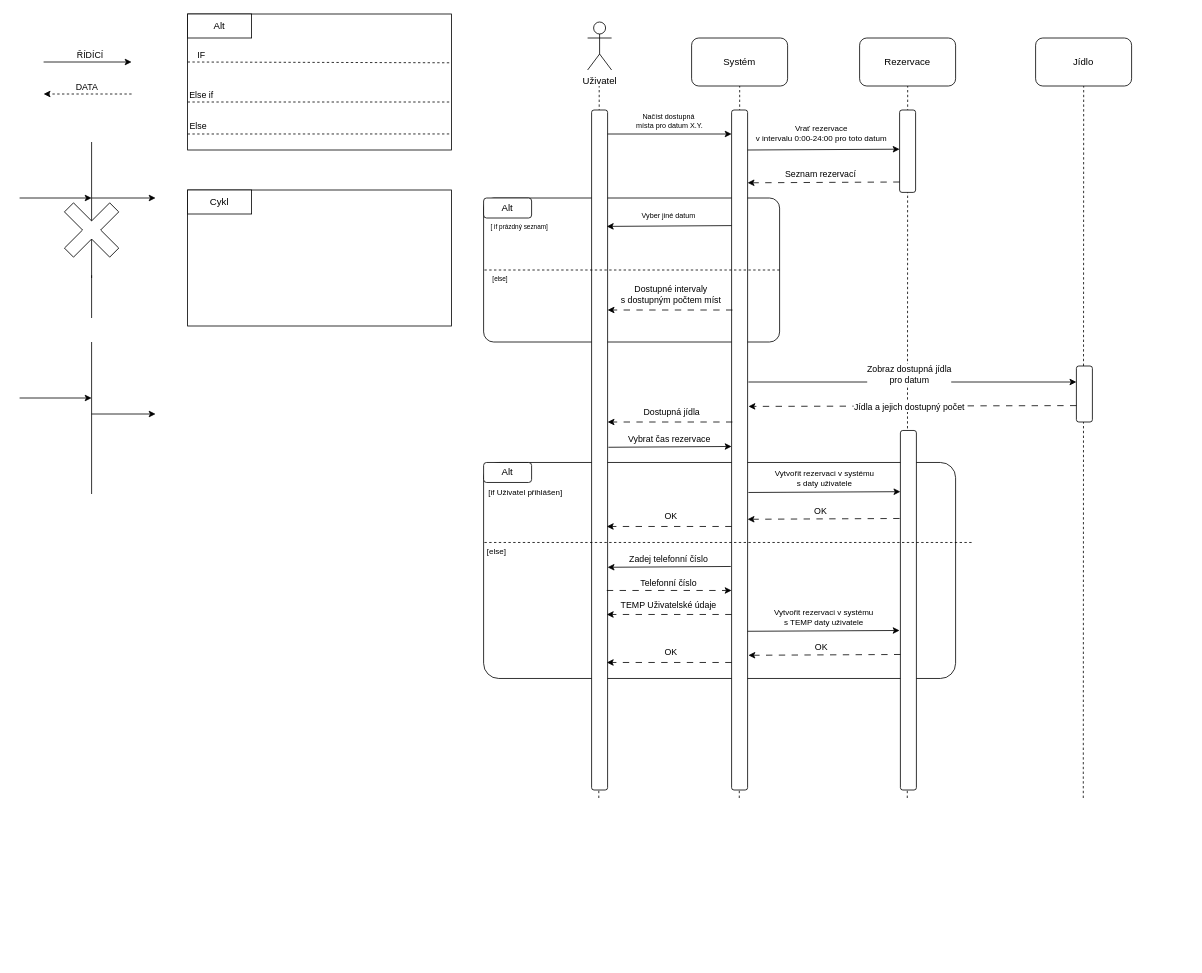
Above: page "Sekvenční" (3 of 3) of Diagram.drawio in LPbigFish/SWI-Projekt (draw.io), before the change. Source tidied: cells renumbered, new cells numbered last; positions are measured from the earlier drawing's top-left corner, leaving out a move shared by most shapes. Both pictures are drawn from the tidied source at 80%, with x=0, y=0 at pixel (19, 14).
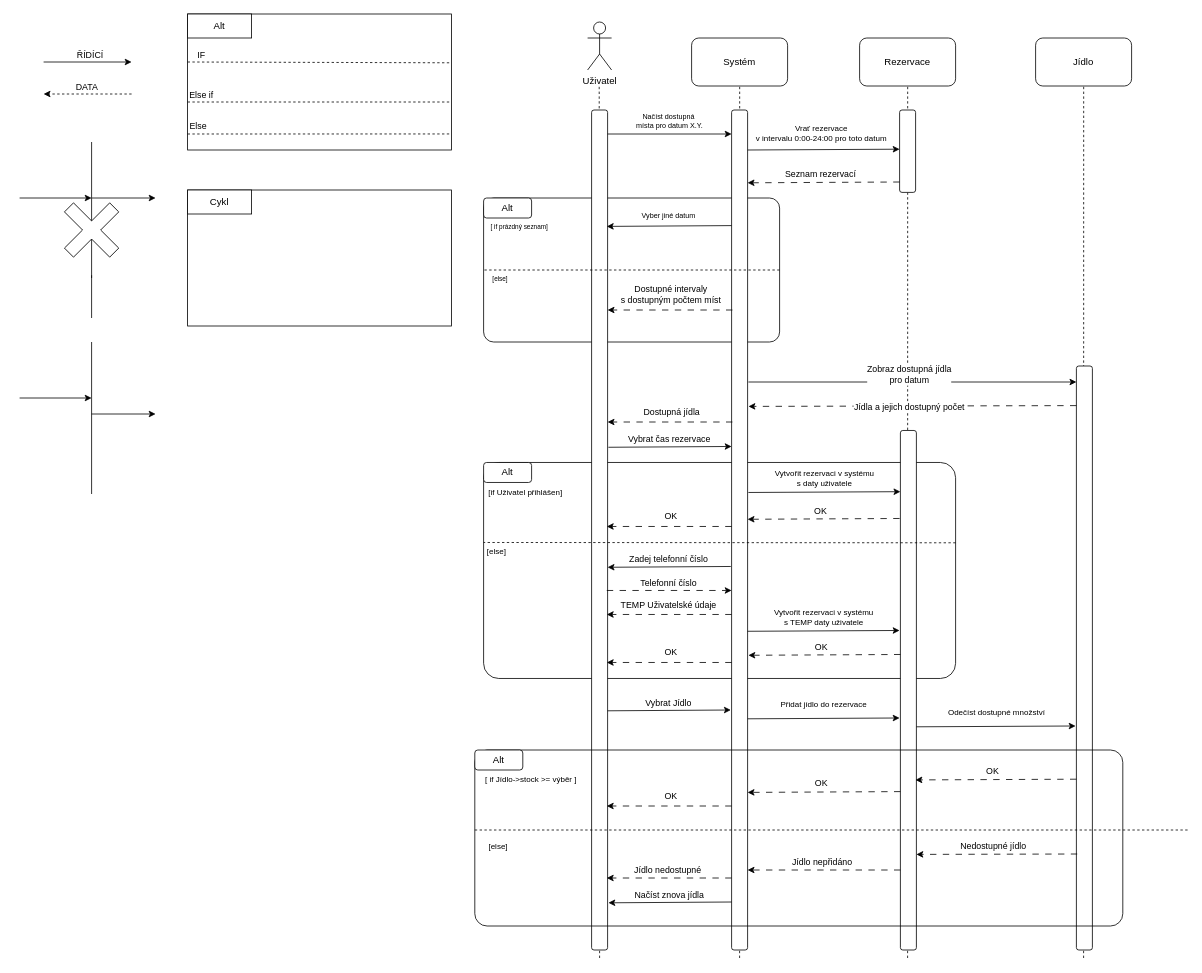
The same page after the edit.

What changed in the source:
```diff
@@
     <mxCell id="2" style="endArrow=none;dashed=1;html=1;rounded=0;entryX=0.5;entryY=1;entryDx=0;entryDy=0;" parent="1" edge="1">
       <mxGeometry relative="1" as="geometry">
-        <mxPoint x="899.6" y="980" as="sourcePoint" />
+        <mxPoint x="900" y="1180" as="sourcePoint" />
         <mxPoint x="900.1" y="90" as="targetPoint" />
       </mxGeometry>
     </mxCell>
     <mxCell id="3" style="endArrow=none;dashed=1;html=1;rounded=0;entryX=0.5;entryY=1;entryDx=0;entryDy=0;" parent="1" edge="1">
       <mxGeometry relative="1" as="geometry">
-        <mxPoint x="1109.6" y="980" as="sourcePoint" />
+        <mxPoint x="1110" y="1180" as="sourcePoint" />
         <mxPoint x="1110.1" y="90" as="targetPoint" />
       </mxGeometry>
     </mxCell>
     <mxCell id="4" style="endArrow=none;dashed=1;html=1;rounded=0;entryX=0.5;entryY=1;entryDx=0;entryDy=0;" parent="1" edge="1">
       <mxGeometry relative="1" as="geometry">
-        <mxPoint x="1329.6" y="980" as="sourcePoint" />
+        <mxPoint x="1330" y="1180" as="sourcePoint" />
         <mxPoint x="1330.1" y="90" as="targetPoint" />
       </mxGeometry>
     </mxCell>
@@
     <mxCell id="34" style="endArrow=none;dashed=1;html=1;rounded=0;entryX=0.5;entryY=1;entryDx=0;entryDy=0;" parent="1" edge="1">
       <mxGeometry relative="1" as="geometry">
-        <mxPoint x="724" y="980" as="sourcePoint" />
+        <mxPoint x="725" y="1180" as="sourcePoint" />
         <mxPoint x="724.5" y="90" as="targetPoint" />
       </mxGeometry>
     </mxCell>
     <mxCell id="35" style="rounded=1;whiteSpace=wrap;html=1;" parent="1" vertex="1">
-      <mxGeometry x="890" y="120" width="20" height="850" as="geometry" />
+      <mxGeometry x="890" y="120" width="20" height="1050" as="geometry" />
     </mxCell>
@@
     <mxCell id="37" style="rounded=1;whiteSpace=wrap;html=1;" parent="1" vertex="1">
-      <mxGeometry x="715" y="120" width="20" height="850" as="geometry" />
+      <mxGeometry x="715" y="120" width="20" height="1050" as="geometry" />
     </mxCell>
     <mxCell id="38" style="rounded=1;whiteSpace=wrap;html=1;" parent="1" vertex="1">
-      <mxGeometry x="1321" y="440" width="20" height="70" as="geometry" />
+      <mxGeometry x="1321" y="440" width="20" height="730" as="geometry" />
     </mxCell>
@@
     <mxCell id="53" style="rounded=1;whiteSpace=wrap;html=1;" parent="1" vertex="1">
-      <mxGeometry x="1101" y="520.6" width="20" height="449.4" as="geometry" />
+      <mxGeometry x="1101" y="520.6" width="20" height="649.4" as="geometry" />
     </mxCell>
@@
     <mxCell id="65" style="endArrow=none;dashed=1;html=1;rounded=0;entryX=0;entryY=0.5;entryDx=0;entryDy=0;" parent="1" edge="1">
       <mxGeometry relative="1" as="geometry">
-        <mxPoint x="1190" y="660.6" as="sourcePoint" />
+        <mxPoint x="1170" y="661" as="sourcePoint" />
         <mxPoint x="580" y="660.6" as="targetPoint" />
       </mxGeometry>
     </mxCell>
@@
+    <mxCell id="83" style="endArrow=classic;html=1;rounded=0;" parent="1" edge="1">
+      <mxGeometry relative="1" as="geometry">
+        <mxPoint x="735" y="871" as="sourcePoint" />
+        <mxPoint x="889" y="870" as="targetPoint" />
+      </mxGeometry>
+    </mxCell>
+    <mxCell id="84" value="Vybrat Jídlo" style="edgeLabel;html=1;align=center;verticalAlign=middle;" parent="83" vertex="1">
+      <mxGeometry x="-0.25" relative="1" as="geometry">
+        <mxPoint x="18" y="-10" as="offset" />
+      </mxGeometry>
+    </mxCell>
+    <mxCell id="85" style="endArrow=classic;html=1;rounded=0;" parent="1" edge="1">
+      <mxGeometry relative="1" as="geometry">
+        <mxPoint x="910" y="881" as="sourcePoint" />
+        <mxPoint x="1100" y="880" as="targetPoint" />
+      </mxGeometry>
+    </mxCell>
+    <mxCell id="86" value="Přidat jídlo do rezervace" style="edgeLabel;html=1;align=center;verticalAlign=middle;fontSize=10;" parent="85" vertex="1">
+      <mxGeometry x="-0.07" y="-1" relative="1" as="geometry">
+        <mxPoint x="6" y="-19" as="offset" />
+      </mxGeometry>
+    </mxCell>
+    <mxCell id="87" style="endArrow=classic;html=1;rounded=0;" parent="1" edge="1">
+      <mxGeometry relative="1" as="geometry">
+        <mxPoint x="1121" y="891" as="sourcePoint" />
+        <mxPoint x="1320" y="890" as="targetPoint" />
+      </mxGeometry>
+    </mxCell>
+    <mxCell id="88" value="Odečíst dostupné množství" style="edgeLabel;html=1;align=center;verticalAlign=middle;fontSize=10;" parent="87" vertex="1">
+      <mxGeometry x="-0.07" y="-1" relative="1" as="geometry">
+        <mxPoint x="6" y="-19" as="offset" />
+      </mxGeometry>
+    </mxCell>
+    <mxCell id="89" style="rounded=1;whiteSpace=wrap;html=1;arcSize=7;fillColor=none;" parent="1" vertex="1">
+      <mxGeometry x="569" y="920" width="810" height="220" as="geometry" />
+    </mxCell>
+    <mxCell id="90" value="Alt" style="rounded=1;whiteSpace=wrap;html=1;" parent="1" vertex="1">
+      <mxGeometry x="569" y="920" width="60" height="25" as="geometry" />
+    </mxCell>
+    <mxCell id="91" value="&lt;font style=&quot;font-size: 10px;&quot;&gt;[ if Jídlo-&amp;gt;stock &amp;gt;= výběr ]&lt;/font&gt;" style="text;html=1;align=center;verticalAlign=middle;strokeColor=none;fillColor=none;" parent="1" vertex="1">
+      <mxGeometry x="569" y="942" width="140" height="30" as="geometry" />
+    </mxCell>
+    <mxCell id="92" style="endArrow=none;dashed=1;html=1;rounded=0;entryX=0;entryY=0.5;entryDx=0;entryDy=0;" parent="1" edge="1">
+      <mxGeometry relative="1" as="geometry">
+        <mxPoint x="1460" y="1020" as="sourcePoint" />
+        <mxPoint x="569" y="1020" as="targetPoint" />
+      </mxGeometry>
+    </mxCell>
+    <mxCell id="93" value="&lt;font style=&quot;font-size: 10px;&quot;&gt;[else]&lt;/font&gt;" style="text;html=1;align=center;verticalAlign=middle;strokeColor=none;fillColor=none;" parent="1" vertex="1">
+      <mxGeometry x="573" y="1025" width="50" height="30" as="geometry" />
+    </mxCell>
+    <mxCell id="94" style="endArrow=classic;html=1;rounded=0;dashed=1;strokeWidth=1;dashPattern=8 8;entryX=0.68;entryY=0.17;entryDx=0;entryDy=0;entryPerimeter=0;" parent="1" edge="1" target="89">
+      <mxGeometry relative="1" as="geometry">
+        <mxPoint x="1321" y="956.5" as="sourcePoint" />
+      </mxGeometry>
+    </mxCell>
+    <mxCell id="95" value="OK" style="edgeLabel;html=1;align=center;verticalAlign=middle;" parent="94" vertex="1">
+      <mxGeometry x="0.04" y="-1" relative="1" as="geometry">
+        <mxPoint y="-10" as="offset" />
+      </mxGeometry>
+    </mxCell>
+    <mxCell id="96" style="endArrow=classic;html=1;rounded=0;dashed=1;strokeWidth=1;dashPattern=8 8;" parent="1" edge="1">
+      <mxGeometry relative="1" as="geometry">
+        <mxPoint x="1101" y="972" as="sourcePoint" />
+        <mxPoint x="910" y="973" as="targetPoint" />
+      </mxGeometry>
+    </mxCell>
+    <mxCell id="97" value="OK" style="edgeLabel;html=1;align=center;verticalAlign=middle;" parent="96" vertex="1">
+      <mxGeometry x="0.04" y="-1" relative="1" as="geometry">
+        <mxPoint y="-10" as="offset" />
+      </mxGeometry>
+    </mxCell>
+    <mxCell id="98" style="endArrow=classic;html=1;rounded=0;dashed=1;strokeWidth=1;dashPattern=8 8;" parent="1" edge="1">
+      <mxGeometry relative="1" as="geometry">
+        <mxPoint x="890" y="990" as="sourcePoint" />
+        <mxPoint x="734" y="990" as="targetPoint" />
+      </mxGeometry>
+    </mxCell>
+    <mxCell id="99" value="OK" style="edgeLabel;html=1;align=center;verticalAlign=middle;" parent="98" vertex="1">
+      <mxGeometry x="0.04" y="-1" relative="1" as="geometry">
+        <mxPoint x="4" y="-12" as="offset" />
+      </mxGeometry>
+    </mxCell>
+    <mxCell id="100" style="endArrow=classic;html=1;rounded=0;dashed=1;strokeWidth=1;dashPattern=8 8;entryX=0.68;entryY=0.17;entryDx=0;entryDy=0;entryPerimeter=0;" parent="1" edge="1">
+      <mxGeometry relative="1" as="geometry">
+        <mxPoint x="1322" y="1050" as="sourcePoint" />
+        <mxPoint x="1121" y="1050.5" as="targetPoint" />
+      </mxGeometry>
+    </mxCell>
+    <mxCell id="101" value="Nedostupné jídlo" style="edgeLabel;html=1;align=center;verticalAlign=middle;" parent="100" vertex="1">
+      <mxGeometry x="0.04" y="-1" relative="1" as="geometry">
+        <mxPoint y="-10" as="offset" />
+      </mxGeometry>
+    </mxCell>
+    <mxCell id="102" style="endArrow=classic;html=1;rounded=0;dashed=1;strokeWidth=1;dashPattern=8 8;" parent="1" edge="1">
+      <mxGeometry relative="1" as="geometry">
+        <mxPoint x="1101" y="1070" as="sourcePoint" />
+        <mxPoint x="910" y="1070" as="targetPoint" />
+      </mxGeometry>
+    </mxCell>
+    <mxCell id="103" value="Jídlo nepřidáno" style="edgeLabel;html=1;align=center;verticalAlign=middle;" parent="102" vertex="1">
+      <mxGeometry x="0.04" y="-1" relative="1" as="geometry">
+        <mxPoint y="-10" as="offset" />
+      </mxGeometry>
+    </mxCell>
+    <mxCell id="104" style="endArrow=classic;html=1;rounded=0;dashed=1;strokeWidth=1;dashPattern=8 8;" parent="1" edge="1">
+      <mxGeometry relative="1" as="geometry">
+        <mxPoint x="890" y="1080" as="sourcePoint" />
+        <mxPoint x="734" y="1080" as="targetPoint" />
+      </mxGeometry>
+    </mxCell>
+    <mxCell id="105" value="Jídlo nedostupné" style="edgeLabel;html=1;align=center;verticalAlign=middle;" parent="104" vertex="1">
+      <mxGeometry x="0.04" y="-1" relative="1" as="geometry">
+        <mxPoint y="-10" as="offset" />
+      </mxGeometry>
+    </mxCell>
+    <mxCell id="106" style="endArrow=classic;html=1;rounded=0;" parent="1" edge="1">
+      <mxGeometry relative="1" as="geometry">
+        <mxPoint x="890" y="1110" as="sourcePoint" />
+        <mxPoint x="736" y="1111" as="targetPoint" />
+      </mxGeometry>
+    </mxCell>
+    <mxCell id="107" value="Načíst znova jídla" style="edgeLabel;html=1;align=center;verticalAlign=middle;" parent="106" vertex="1">
+      <mxGeometry x="-0.25" relative="1" as="geometry">
+        <mxPoint x="-21" y="-10" as="offset" />
+      </mxGeometry>
+    </mxCell>
```
